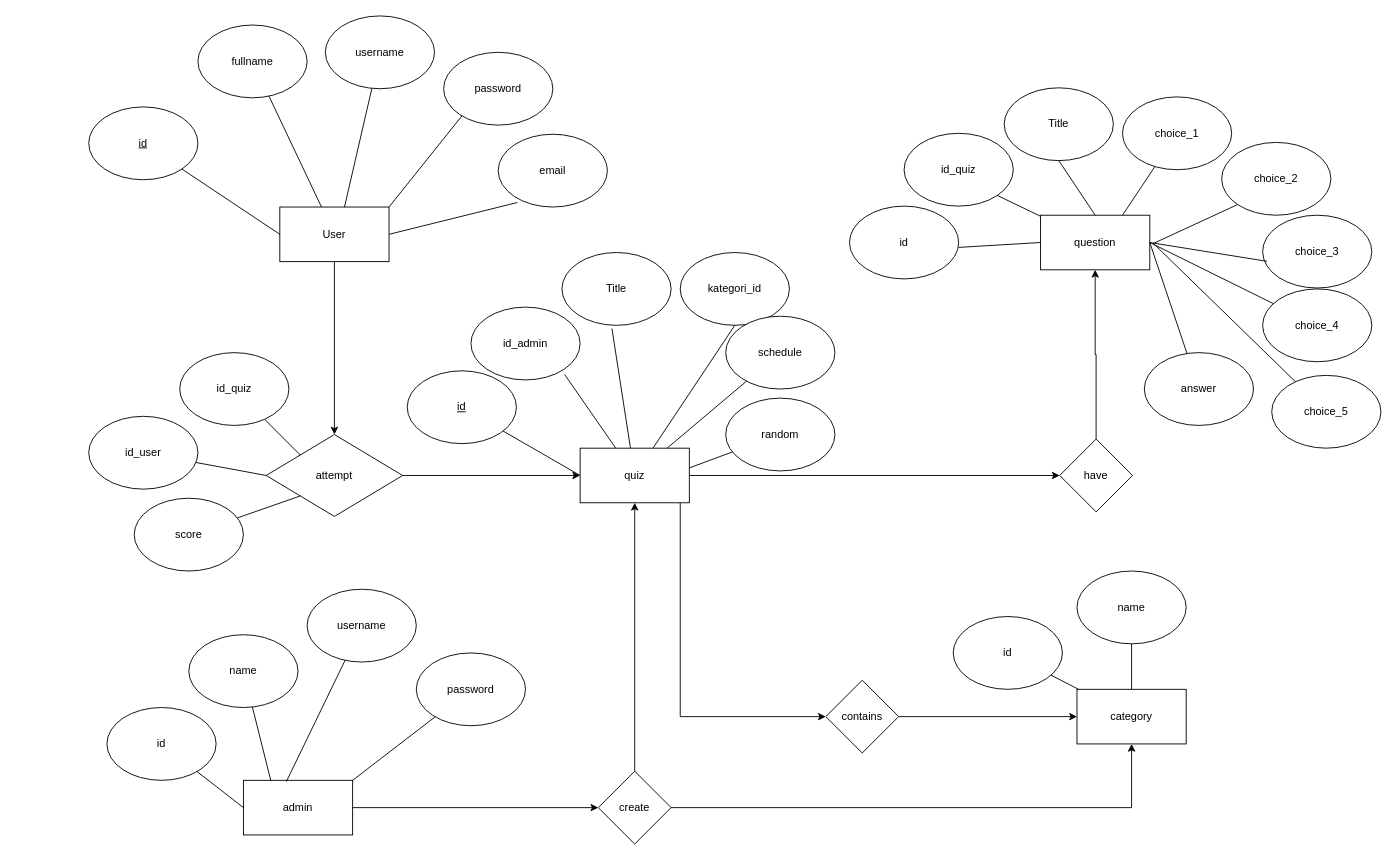
This is larvel erd.drawio from pianndi/laravel-lks, a draw.io file, before an edit. Source tidied: cells renumbered, new cells numbered last; positions are measured from the earlier drawing's top-left corner, leaving out a move shared by most shapes. Both pictures are drawn from the tidied source at 91%, with x=0, y=0 at pixel (88, 15).
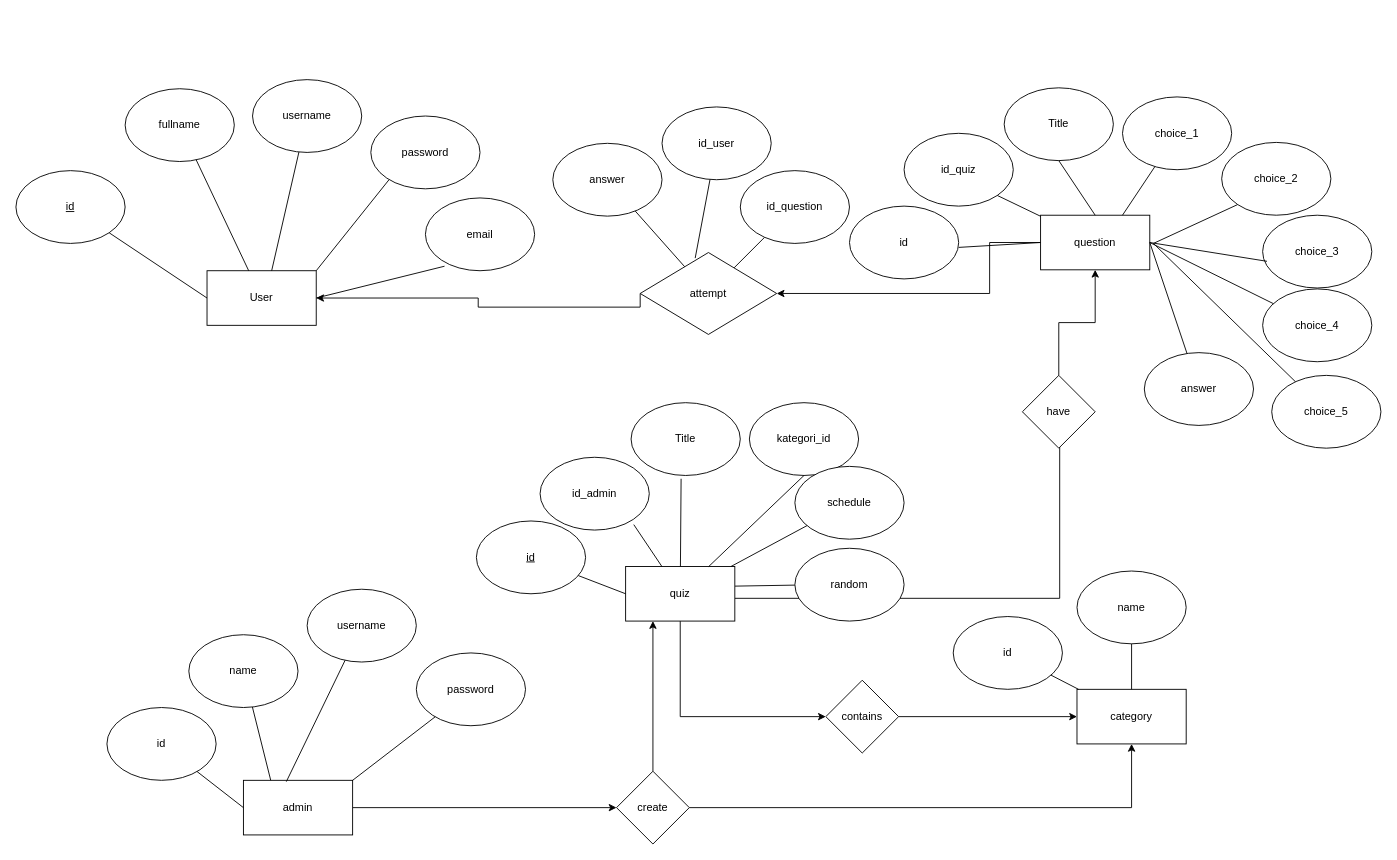
After the change.

Unchanged cells that the change refers to:
```xml
<mxCell id="31" value="question" style="rounded=0;whiteSpace=wrap;html=1;" parent="1" vertex="1">
  <mxGeometry x="1046" y="219" width="120" height="60" as="geometry" />
</mxCell>
<mxCell id="50" value="category" style="rounded=0;whiteSpace=wrap;html=1;" parent="1" vertex="1">
  <mxGeometry x="1086" y="740" width="120" height="60" as="geometry" />
</mxCell>
```

Change to the diagram source:
```diff
@@
-    <mxCell id="2" style="edgeStyle=orthogonalEdgeStyle;rounded=0;jettySize=auto;html=1;" parent="1" edge="1" source="3" target="30">
-      <mxGeometry relative="1" as="geometry" />
-    </mxCell>
     <mxCell id="3" value="User" style="rounded=0;whiteSpace=wrap;html=1;" parent="1" vertex="1">
-      <mxGeometry x="210" y="210" width="120" height="60" as="geometry" />
+      <mxGeometry x="130" y="280" width="120" height="60" as="geometry" />
     </mxCell>
     <mxCell id="4" value="id" style="ellipse;whiteSpace=wrap;html=1;fontStyle=4;" parent="1" vertex="1">
-      <mxGeometry y="100" width="120" height="80" as="geometry" />
+      <mxGeometry x="-80" y="170" width="120" height="80" as="geometry" />
     </mxCell>
     <mxCell id="5" value="fullname" style="ellipse;whiteSpace=wrap;html=1;" parent="1" vertex="1">
-      <mxGeometry x="120" y="10" width="120" height="80" as="geometry" />
+      <mxGeometry x="40" y="80" width="120" height="80" as="geometry" />
     </mxCell>
     <mxCell id="6" value="username" style="ellipse;whiteSpace=wrap;html=1;" parent="1" vertex="1">
-      <mxGeometry x="260" width="120" height="80" as="geometry" />
+      <mxGeometry x="180" y="70" width="120" height="80" as="geometry" />
     </mxCell>
     <mxCell id="7" value="password" style="ellipse;whiteSpace=wrap;html=1;" parent="1" vertex="1">
-      <mxGeometry x="390" y="40" width="120" height="80" as="geometry" />
+      <mxGeometry x="310" y="110" width="120" height="80" as="geometry" />
     </mxCell>
     <mxCell id="8" value="email" style="ellipse;whiteSpace=wrap;html=1;" parent="1" vertex="1">
-      <mxGeometry x="450" y="130" width="120" height="80" as="geometry" />
+      <mxGeometry x="370" y="200" width="120" height="80" as="geometry" />
     </mxCell>
     <mxCell id="9" style="endArrow=none;html=1;rounded=0;" parent="1" edge="1" target="7">
       <mxGeometry relative="1" as="geometry">
-        <mxPoint x="330" y="210" as="sourcePoint" />
+        <mxPoint x="250" y="280" as="sourcePoint" />
         <Array as="points">
-          <mxPoint x="410" y="110" />
+          <mxPoint x="330" y="180" />
         </Array>
       </mxGeometry>
     </mxCell>
@@
-    <mxCell id="11" style="endArrow=none;html=1;rounded=0;exitX=0.592;exitY=0;exitDx=0;exitDy=0;exitPerimeter=0;" parent="1" edge="1" source="3" target="6">
-      <mxGeometry relative="1" as="geometry" />
+    <mxCell id="11" style="endArrow=none;html=1;rounded=0;exitX=0.592;exitY=0;exitDx=0;exitDy=0;exitPerimeter=0;" parent="1" edge="1" source="3">
+      <mxGeometry relative="1" as="geometry">
+        <mxPoint x="231" y="149.6" as="targetPoint" />
+      </mxGeometry>
     </mxCell>
@@
     <mxCell id="13" style="endArrow=none;html=1;rounded=0;" parent="1" edge="1" target="4">
       <mxGeometry relative="1" as="geometry">
-        <mxPoint x="210" y="240" as="sourcePoint" />
+        <mxPoint x="130" y="310" as="sourcePoint" />
       </mxGeometry>
     </mxCell>
     <mxCell id="14" style="edgeStyle=orthogonalEdgeStyle;rounded=0;jettySize=auto;html=1;entryX=0;entryY=0.5;entryDx=0;entryDy=0;" parent="1" edge="1" source="16" target="43">
-      <mxGeometry relative="1" as="geometry" />
+      <mxGeometry relative="1" as="geometry">
+        <Array as="points">
+          <mxPoint x="1067" y="640" />
+        </Array>
+      </mxGeometry>
     </mxCell>
@@
     <mxCell id="16" value="quiz" style="rounded=0;whiteSpace=wrap;html=1;" parent="1" vertex="1">
-      <mxGeometry x="540" y="475" width="120" height="60" as="geometry" />
+      <mxGeometry x="590" y="605" width="120" height="60" as="geometry" />
     </mxCell>
     <mxCell id="17" value="id" style="ellipse;whiteSpace=wrap;html=1;fontStyle=4;" parent="1" vertex="1">
-      <mxGeometry x="350" y="390" width="120" height="80" as="geometry" />
+      <mxGeometry x="426" y="555" width="120" height="80" as="geometry" />
     </mxCell>
     <mxCell id="18" value="id_admin" style="ellipse;whiteSpace=wrap;html=1;" parent="1" vertex="1">
-      <mxGeometry x="420" y="320" width="120" height="80" as="geometry" />
+      <mxGeometry x="496" y="485" width="120" height="80" as="geometry" />
     </mxCell>
     <mxCell id="19" value="Title" style="ellipse;whiteSpace=wrap;html=1;" parent="1" vertex="1">
-      <mxGeometry x="520" y="260" width="120" height="80" as="geometry" />
+      <mxGeometry x="596" y="425" width="120" height="80" as="geometry" />
     </mxCell>
     <mxCell id="20" value="kategori_id" style="ellipse;whiteSpace=wrap;html=1;" parent="1" vertex="1">
-      <mxGeometry x="650" y="260" width="120" height="80" as="geometry" />
+      <mxGeometry x="726" y="425" width="120" height="80" as="geometry" />
     </mxCell>
     <mxCell id="21" value="schedule" style="ellipse;whiteSpace=wrap;html=1;" parent="1" vertex="1">
-      <mxGeometry x="700" y="330" width="120" height="80" as="geometry" />
+      <mxGeometry x="776" y="495" width="120" height="80" as="geometry" />
     </mxCell>
     <mxCell id="22" value="random" style="ellipse;whiteSpace=wrap;html=1;" parent="1" vertex="1">
-      <mxGeometry x="700" y="420" width="120" height="80" as="geometry" />
+      <mxGeometry x="776" y="585" width="120" height="80" as="geometry" />
     </mxCell>
@@
-    <mxCell id="29" style="edgeStyle=orthogonalEdgeStyle;rounded=0;jettySize=auto;html=1;" parent="1" edge="1" source="30" target="16">
-      <mxGeometry relative="1" as="geometry" />
-    </mxCell>
+    <mxCell id="78" style="edgeStyle=orthogonalEdgeStyle;rounded=0;jettySize=auto;html=1;exitX=0;exitY=0.5;exitDx=0;exitDy=0;" parent="1" edge="1" source="30" target="3">
+      <mxGeometry relative="1" as="geometry">
+        <Array as="points">
+          <mxPoint x="606" y="320" />
+          <mxPoint x="428" y="320" />
+          <mxPoint x="428" y="310" />
+        </Array>
+      </mxGeometry>
+    </mxCell>
     <mxCell id="30" value="&lt;div&gt;attempt&lt;/div&gt;" style="rhombus;whiteSpace=wrap;html=1;" parent="1" vertex="1">
-      <mxGeometry x="195" y="460" width="150" height="90" as="geometry" />
+      <mxGeometry x="606" y="260" width="150" height="90" as="geometry" />
     </mxCell>
+    <mxCell id="79" style="edgeStyle=orthogonalEdgeStyle;rounded=0;jettySize=auto;html=1;entryX=1;entryY=0.5;entryDx=0;entryDy=0;" parent="1" edge="1" source="31" target="30">
+      <mxGeometry relative="1" as="geometry">
+        <Array as="points">
+          <mxPoint x="990" y="249" />
+          <mxPoint x="990" y="305" />
+        </Array>
+      </mxGeometry>
+    </mxCell>
@@
     <mxCell id="43" value="have" style="rhombus;whiteSpace=wrap;html=1;" parent="1" vertex="1">
-      <mxGeometry x="1067" y="465" width="80" height="80" as="geometry" />
+      <mxGeometry x="1026" y="395" width="80" height="80" as="geometry" />
     </mxCell>
@@
+    <mxCell id="58" style="edgeStyle=orthogonalEdgeStyle;rounded=0;jettySize=auto;html=1;entryX=0.5;entryY=1;entryDx=0;entryDy=0;" parent="1" edge="1" source="59" target="50">
+      <mxGeometry relative="1" as="geometry" />
+    </mxCell>
-    <mxCell id="57" style="edgeStyle=orthogonalEdgeStyle;rounded=0;jettySize=auto;html=1;" parent="1" edge="1" source="59" target="16">
+    <mxCell id="57" style="edgeStyle=orthogonalEdgeStyle;rounded=0;jettySize=auto;html=1;entryX=0.25;entryY=1;entryDx=0;entryDy=0;" parent="1" edge="1" source="59" target="16">
       <mxGeometry relative="1" as="geometry" />
     </mxCell>
-    <mxCell id="58" style="edgeStyle=orthogonalEdgeStyle;rounded=0;jettySize=auto;html=1;entryX=0.5;entryY=1;entryDx=0;entryDy=0;" parent="1" edge="1" source="59" target="50">
-      <mxGeometry relative="1" as="geometry" />
-    </mxCell>
     <mxCell id="59" value="create" style="rhombus;whiteSpace=wrap;html=1;" parent="1" vertex="1">
-      <mxGeometry x="560" y="830" width="80" height="80" as="geometry" />
+      <mxGeometry x="580" y="830" width="80" height="80" as="geometry" />
     </mxCell>
@@
-    <mxCell id="68" style="endArrow=none;html=1;rounded=0;exitX=0;exitY=0;exitDx=0;exitDy=0;" parent="1" edge="1" source="30" target="69">
+    <mxCell id="68" style="endArrow=none;html=1;rounded=0;" parent="1" edge="1" source="30" target="69">
       <mxGeometry relative="1" as="geometry" />
     </mxCell>
-    <mxCell id="69" value="id_quiz" style="ellipse;whiteSpace=wrap;html=1;" parent="1" vertex="1">
-      <mxGeometry x="100" y="370" width="120" height="80" as="geometry" />
+    <mxCell id="69" value="id_question" style="ellipse;whiteSpace=wrap;html=1;" parent="1" vertex="1">
+      <mxGeometry x="716" y="170" width="120" height="80" as="geometry" />
     </mxCell>
     <mxCell id="70" value="id_user" style="ellipse;whiteSpace=wrap;html=1;" parent="1" vertex="1">
-      <mxGeometry y="440" width="120" height="80" as="geometry" />
+      <mxGeometry x="630" y="100" width="120" height="80" as="geometry" />
     </mxCell>
-    <mxCell id="71" style="endArrow=none;html=1;rounded=0;exitX=0;exitY=0.5;exitDx=0;exitDy=0;" parent="1" edge="1" source="30" target="70">
+    <mxCell id="71" style="endArrow=none;html=1;rounded=0;exitX=0.403;exitY=0.068;exitDx=0;exitDy=0;exitPerimeter=0;" parent="1" edge="1" source="30" target="70">
       <mxGeometry relative="1" as="geometry" />
     </mxCell>
-    <mxCell id="72" style="endArrow=none;html=1;rounded=0;exitX=0;exitY=1;exitDx=0;exitDy=0;" parent="1" edge="1" source="30" target="73">
+    <mxCell id="72" style="endArrow=none;html=1;rounded=0;" parent="1" edge="1" source="30" target="73">
       <mxGeometry relative="1" as="geometry" />
     </mxCell>
-    <mxCell id="73" value="score" style="ellipse;whiteSpace=wrap;html=1;" parent="1" vertex="1">
-      <mxGeometry x="50" y="530" width="120" height="80" as="geometry" />
+    <mxCell id="73" value="answer" style="ellipse;whiteSpace=wrap;html=1;" parent="1" vertex="1">
+      <mxGeometry x="510" y="140" width="120" height="80" as="geometry" />
     </mxCell>
```
